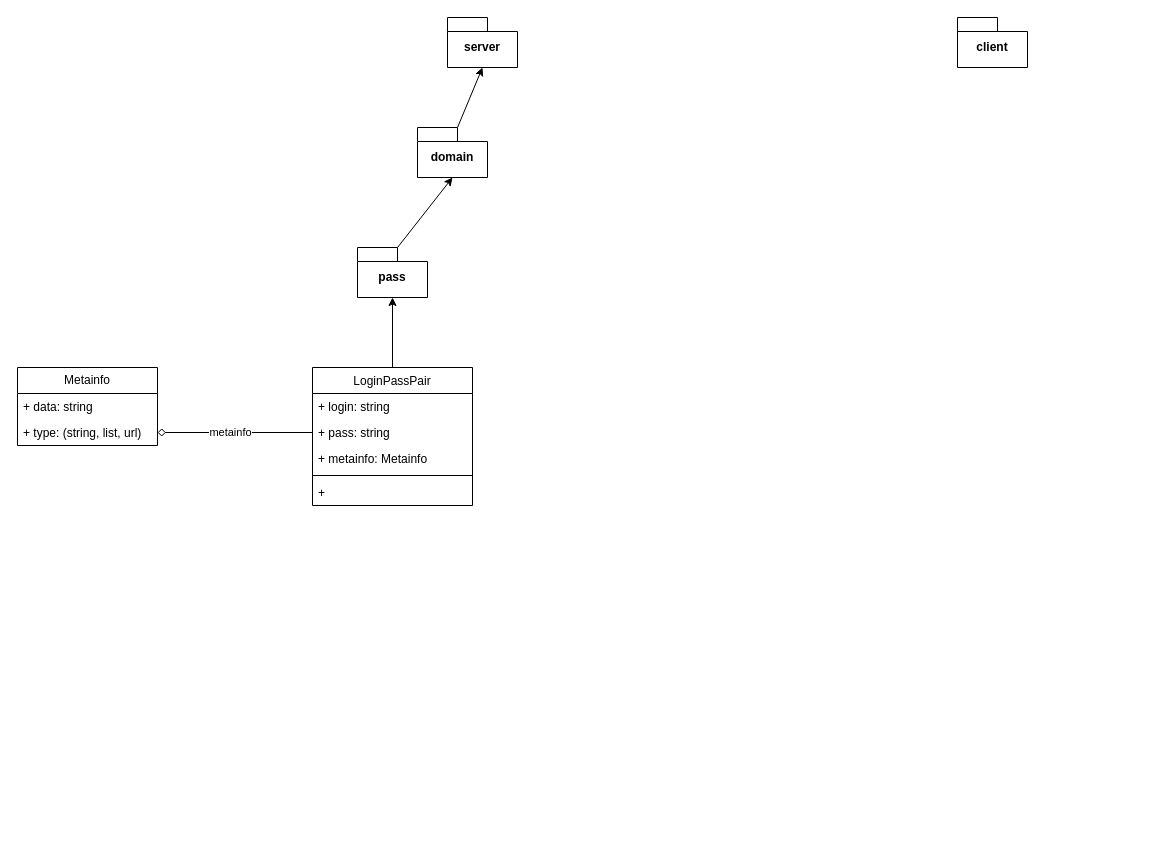
ilya372317/keeper-pass keeps this draw.io diagram as page "domain" (2 of 2) of drawio/kanban.drawio. Above is the earlier version. Source tidied: cells renumbered, new cells numbered last; positions are measured from the earlier drawing's top-left corner, leaving out a move shared by most shapes. Both pictures are drawn from the tidied source at 100%, with x=0, y=0 at pixel (17, 17).
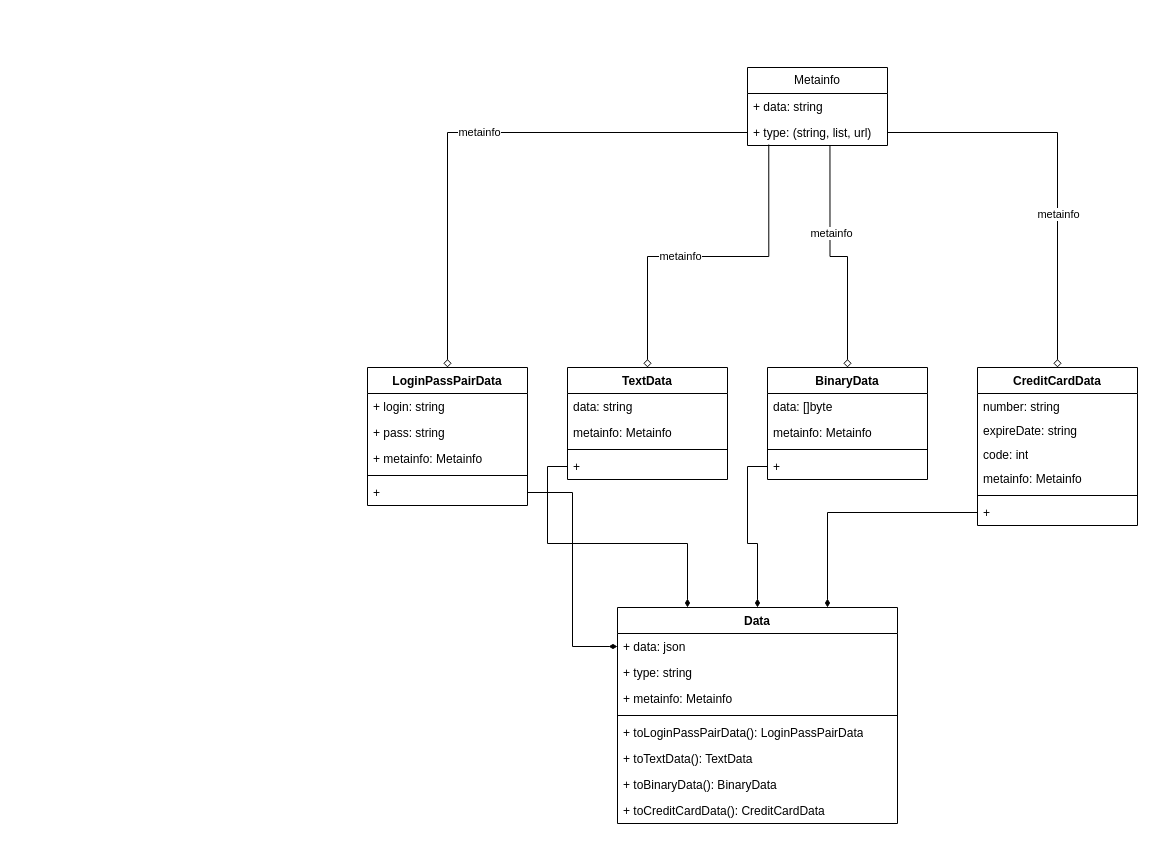
After the change.

Commit message:
data diagram

The change refers to these unchanged cells:
```xml
<mxCell id="11" value="+ type: (string, list, url)" style="text;strokeColor=none;fillColor=none;align=left;verticalAlign=top;spacingLeft=4;spacingRight=4;overflow=hidden;points=[[0,0.5],[1,0.5]];portConstraint=eastwest;whiteSpace=wrap;html=1;" parent="9" vertex="1">
  <mxGeometry y="52" width="140" height="26" as="geometry" />
</mxCell>
<mxCell id="16" value="+ pass: string" style="text;strokeColor=none;fillColor=none;align=left;verticalAlign=top;spacingLeft=4;spacingRight=4;overflow=hidden;points=[[0,0.5],[1,0.5]];portConstraint=eastwest;whiteSpace=wrap;html=1;" parent="14" vertex="1">
  <mxGeometry y="52" width="160" height="26" as="geometry" />
</mxCell>
<mxCell id="19" value="+&amp;nbsp;" style="text;strokeColor=none;fillColor=none;align=left;verticalAlign=top;spacingLeft=4;spacingRight=4;overflow=hidden;points=[[0,0.5],[1,0.5]];portConstraint=eastwest;whiteSpace=wrap;html=1;" parent="14" vertex="1">
  <mxGeometry y="112" width="160" height="26" as="geometry" />
</mxCell>
```

Diff of the diagram source:
```diff
@@
-    <mxCell id="2" value="server" style="shape=folder;fontStyle=1;spacingTop=10;tabWidth=40;tabHeight=14;tabPosition=left;html=1;whiteSpace=wrap;" parent="1" vertex="1">
-      <mxGeometry x="430" width="70" height="50" as="geometry" />
-    </mxCell>
-    <mxCell id="3" value="client" style="shape=folder;fontStyle=1;spacingTop=10;tabWidth=40;tabHeight=14;tabPosition=left;html=1;whiteSpace=wrap;" parent="1" vertex="1">
-      <mxGeometry x="940" width="70" height="50" as="geometry" />
-    </mxCell>
-    <mxCell id="4" value="domain" style="shape=folder;fontStyle=1;spacingTop=10;tabWidth=40;tabHeight=14;tabPosition=left;html=1;whiteSpace=wrap;" parent="1" vertex="1">
-      <mxGeometry x="400" y="110" width="70" height="50" as="geometry" />
-    </mxCell>
-    <mxCell id="5" style="rounded=0;jettySize=auto;html=1;exitX=0;exitY=0;exitDx=40;exitDy=0;exitPerimeter=0;entryX=0.5;entryY=1;entryDx=0;entryDy=0;entryPerimeter=0;endArrow=classic;endFill=1;" parent="1" edge="1" source="4" target="2">
-      <mxGeometry relative="1" as="geometry" />
-    </mxCell>
-    <mxCell id="6" value="pass" style="shape=folder;fontStyle=1;spacingTop=10;tabWidth=40;tabHeight=14;tabPosition=left;html=1;whiteSpace=wrap;" parent="1" vertex="1">
-      <mxGeometry x="340" y="230" width="70" height="50" as="geometry" />
-    </mxCell>
-    <mxCell id="7" style="rounded=0;jettySize=auto;html=1;exitX=0;exitY=0;exitDx=40;exitDy=0;exitPerimeter=0;entryX=0.5;entryY=1;entryDx=0;entryDy=0;entryPerimeter=0;" parent="1" edge="1" source="6" target="4">
-      <mxGeometry relative="1" as="geometry" />
-    </mxCell>
-    <mxCell id="8" style="rounded=0;jettySize=auto;html=1;exitX=0.5;exitY=0;exitDx=0;exitDy=0;entryX=0.5;entryY=1;entryDx=0;entryDy=0;entryPerimeter=0;" parent="1" edge="1" source="14" target="6">
-      <mxGeometry relative="1" as="geometry" />
-    </mxCell>
+    <mxCell id="20" style="edgeStyle=orthogonalEdgeStyle;rounded=0;jettySize=auto;html=1;exitX=0.152;exitY=0.964;exitDx=0;exitDy=0;exitPerimeter=0;endArrow=diamond;endFill=0;" parent="1" edge="1" source="11" target="25">
+      <mxGeometry relative="1" as="geometry" />
+    </mxCell>
+    <mxCell id="21" value="metainfo" style="edgeLabel;html=1;align=center;verticalAlign=middle;" parent="20" vertex="1">
+      <mxGeometry x="0.17" y="-1" relative="1" as="geometry" />
+    </mxCell>
+    <mxCell id="22" style="edgeStyle=orthogonalEdgeStyle;rounded=0;jettySize=auto;html=1;entryX=0.5;entryY=0;entryDx=0;entryDy=0;exitX=0.589;exitY=1.009;exitDx=0;exitDy=0;exitPerimeter=0;endArrow=diamond;endFill=0;" parent="1" edge="1" source="11" target="30">
+      <mxGeometry relative="1" as="geometry" />
+    </mxCell>
+    <mxCell id="23" value="metainfo" style="edgeLabel;html=1;align=center;verticalAlign=middle;" parent="22" vertex="1">
+      <mxGeometry x="-0.27" y="1" relative="1" as="geometry" />
+    </mxCell>
     <mxCell id="9" value="Metainfo" style="swimlane;fontStyle=0;horizontal=1;startSize=26;fillColor=none;whiteSpace=wrap;html=1;" parent="1" vertex="1">
-      <mxGeometry y="350" width="140" height="78" as="geometry" />
+      <mxGeometry x="730" y="50" width="140" height="78" as="geometry" />
     </mxCell>
@@
-    <mxCell id="12" style="edgeStyle=orthogonalEdgeStyle;rounded=0;jettySize=auto;html=1;exitX=0;exitY=0.5;exitDx=0;exitDy=0;entryX=1;entryY=0.5;entryDx=0;entryDy=0;endArrow=diamond;endFill=0;" parent="1" edge="1" source="16" target="11">
-      <mxGeometry relative="1" as="geometry" />
-    </mxCell>
-    <mxCell id="13" value="metainfo" style="edgeLabel;html=1;align=center;verticalAlign=middle;" parent="12" vertex="1">
-      <mxGeometry x="0.07" y="-1" relative="1" as="geometry" />
-    </mxCell>
-    <mxCell id="14" value="&lt;span style=&quot;font-weight: 400;&quot;&gt;LoginPassPair&lt;/span&gt;" style="swimlane;fontStyle=1;align=center;verticalAlign=top;horizontal=1;startSize=26;whiteSpace=wrap;html=1;" parent="1" vertex="1">
-      <mxGeometry x="295" y="350" width="160" height="138" as="geometry" />
+    <mxCell id="14" value="LoginPassPairData" style="swimlane;fontStyle=1;align=center;verticalAlign=top;horizontal=1;startSize=26;whiteSpace=wrap;html=1;" parent="1" vertex="1">
+      <mxGeometry x="350" y="350" width="160" height="138" as="geometry" />
     </mxCell>
@@
+    <mxCell id="24" value="metainfo" style="edgeStyle=orthogonalEdgeStyle;rounded=0;jettySize=auto;html=1;exitX=0;exitY=0.5;exitDx=0;exitDy=0;entryX=0.5;entryY=0;entryDx=0;entryDy=0;endArrow=diamond;endFill=0;" parent="1" edge="1" source="11" target="14">
+      <mxGeometry relative="1" as="geometry" />
+    </mxCell>
+    <mxCell id="25" value="TextData" style="swimlane;fontStyle=1;align=center;verticalAlign=top;horizontal=1;startSize=26;whiteSpace=wrap;html=1;" parent="1" vertex="1">
+      <mxGeometry x="550" y="350" width="160" height="112" as="geometry" />
+    </mxCell>
+    <mxCell id="26" value="data: string" style="text;strokeColor=none;fillColor=none;align=left;verticalAlign=top;spacingLeft=4;spacingRight=4;overflow=hidden;whiteSpace=wrap;html=1;" parent="25" vertex="1">
+      <mxGeometry y="26" width="160" height="26" as="geometry" />
+    </mxCell>
+    <mxCell id="27" value="metainfo: Metainfo" style="text;strokeColor=none;fillColor=none;align=left;verticalAlign=top;spacingLeft=4;spacingRight=4;overflow=hidden;whiteSpace=wrap;html=1;" parent="25" vertex="1">
+      <mxGeometry y="52" width="160" height="26" as="geometry" />
+    </mxCell>
+    <mxCell id="28" style="line;strokeWidth=1;fillColor=none;align=left;verticalAlign=middle;spacingTop=-1;spacingLeft=3;spacingRight=3;labelPosition=right;strokeColor=inherit;" parent="25" vertex="1">
+      <mxGeometry y="78" width="160" height="8" as="geometry" />
+    </mxCell>
+    <mxCell id="29" value="+" style="text;strokeColor=none;fillColor=none;align=left;verticalAlign=top;spacingLeft=4;spacingRight=4;overflow=hidden;points=[[0,0.5],[1,0.5]];portConstraint=eastwest;whiteSpace=wrap;html=1;" parent="25" vertex="1">
+      <mxGeometry y="86" width="160" height="26" as="geometry" />
+    </mxCell>
+    <mxCell id="30" value="BinaryData" style="swimlane;fontStyle=1;align=center;verticalAlign=top;horizontal=1;startSize=26;whiteSpace=wrap;html=1;" parent="1" vertex="1">
+      <mxGeometry x="750" y="350" width="160" height="112" as="geometry" />
+    </mxCell>
+    <mxCell id="31" value="data: []byte" style="text;strokeColor=none;fillColor=none;align=left;verticalAlign=top;spacingLeft=4;spacingRight=4;overflow=hidden;whiteSpace=wrap;html=1;" parent="30" vertex="1">
+      <mxGeometry y="26" width="160" height="26" as="geometry" />
+    </mxCell>
+    <mxCell id="32" value="metainfo: Metainfo" style="text;strokeColor=none;fillColor=none;align=left;verticalAlign=top;spacingLeft=4;spacingRight=4;overflow=hidden;whiteSpace=wrap;html=1;" parent="30" vertex="1">
+      <mxGeometry y="52" width="160" height="26" as="geometry" />
+    </mxCell>
+    <mxCell id="33" style="line;strokeWidth=1;fillColor=none;align=left;verticalAlign=middle;spacingTop=-1;spacingLeft=3;spacingRight=3;labelPosition=right;strokeColor=inherit;" parent="30" vertex="1">
+      <mxGeometry y="78" width="160" height="8" as="geometry" />
+    </mxCell>
+    <mxCell id="34" value="+" style="text;strokeColor=none;fillColor=none;align=left;verticalAlign=top;spacingLeft=4;spacingRight=4;overflow=hidden;points=[[0,0.5],[1,0.5]];portConstraint=eastwest;whiteSpace=wrap;html=1;" parent="30" vertex="1">
+      <mxGeometry y="86" width="160" height="26" as="geometry" />
+    </mxCell>
+    <mxCell id="35" value="CreditCardData" style="swimlane;fontStyle=1;align=center;verticalAlign=top;horizontal=1;startSize=26;whiteSpace=wrap;html=1;" parent="1" vertex="1">
+      <mxGeometry x="960" y="350" width="160" height="158" as="geometry" />
+    </mxCell>
+    <mxCell id="36" value="number: string" style="text;strokeColor=none;fillColor=none;align=left;verticalAlign=top;spacingLeft=4;spacingRight=4;overflow=hidden;whiteSpace=wrap;html=1;" parent="35" vertex="1">
+      <mxGeometry y="26" width="160" height="24" as="geometry" />
+    </mxCell>
+    <mxCell id="37" value="expireDate: string" style="text;strokeColor=none;fillColor=none;align=left;verticalAlign=top;spacingLeft=4;spacingRight=4;overflow=hidden;whiteSpace=wrap;html=1;" parent="35" vertex="1">
+      <mxGeometry y="50" width="160" height="24" as="geometry" />
+    </mxCell>
+    <mxCell id="38" value="code: int" style="text;strokeColor=none;fillColor=none;align=left;verticalAlign=top;spacingLeft=4;spacingRight=4;overflow=hidden;whiteSpace=wrap;html=1;" parent="35" vertex="1">
+      <mxGeometry y="74" width="160" height="24" as="geometry" />
+    </mxCell>
+    <mxCell id="39" value="metainfo: Metainfo" style="text;strokeColor=none;fillColor=none;align=left;verticalAlign=top;spacingLeft=4;spacingRight=4;overflow=hidden;whiteSpace=wrap;html=1;" parent="35" vertex="1">
+      <mxGeometry y="98" width="160" height="26" as="geometry" />
+    </mxCell>
+    <mxCell id="40" style="line;strokeWidth=1;fillColor=none;align=left;verticalAlign=middle;spacingTop=-1;spacingLeft=3;spacingRight=3;labelPosition=right;strokeColor=inherit;" parent="35" vertex="1">
+      <mxGeometry y="124" width="160" height="8" as="geometry" />
+    </mxCell>
+    <mxCell id="41" value="+" style="text;strokeColor=none;fillColor=none;align=left;verticalAlign=top;spacingLeft=4;spacingRight=4;overflow=hidden;points=[[0,0.5],[1,0.5]];portConstraint=eastwest;whiteSpace=wrap;html=1;" parent="35" vertex="1">
+      <mxGeometry y="132" width="160" height="26" as="geometry" />
+    </mxCell>
+    <mxCell id="42" style="edgeStyle=orthogonalEdgeStyle;rounded=0;jettySize=auto;html=1;exitX=1;exitY=0.5;exitDx=0;exitDy=0;entryX=0.5;entryY=0;entryDx=0;entryDy=0;endArrow=diamond;endFill=0;" parent="1" edge="1" source="11" target="35">
+      <mxGeometry relative="1" as="geometry" />
+    </mxCell>
+    <mxCell id="43" value="metainfo" style="edgeLabel;html=1;align=center;verticalAlign=middle;" parent="42" vertex="1">
+      <mxGeometry x="0.24" relative="1" as="geometry" />
+    </mxCell>
+    <mxCell id="44" value="Data" style="swimlane;fontStyle=1;align=center;verticalAlign=top;horizontal=1;startSize=26;whiteSpace=wrap;html=1;" parent="1" vertex="1">
+      <mxGeometry x="600" y="590" width="280" height="216" as="geometry" />
+    </mxCell>
+    <mxCell id="45" value="+ data: json" style="text;strokeColor=none;fillColor=none;align=left;verticalAlign=top;spacingLeft=4;spacingRight=4;overflow=hidden;points=[[0,0.5],[1,0.5]];portConstraint=eastwest;whiteSpace=wrap;html=1;" parent="44" vertex="1">
+      <mxGeometry y="26" width="280" height="26" as="geometry" />
+    </mxCell>
+    <mxCell id="46" value="+ type: string" style="text;strokeColor=none;fillColor=none;align=left;verticalAlign=top;spacingLeft=4;spacingRight=4;overflow=hidden;whiteSpace=wrap;html=1;" parent="44" vertex="1">
+      <mxGeometry y="52" width="280" height="26" as="geometry" />
+    </mxCell>
+    <mxCell id="47" value="+ metainfo: Metainfo" style="text;strokeColor=none;fillColor=none;align=left;verticalAlign=top;spacingLeft=4;spacingRight=4;overflow=hidden;whiteSpace=wrap;html=1;" parent="44" vertex="1">
+      <mxGeometry y="78" width="280" height="26" as="geometry" />
+    </mxCell>
+    <mxCell id="48" style="line;strokeWidth=1;fillColor=none;align=left;verticalAlign=middle;spacingTop=-1;spacingLeft=3;spacingRight=3;labelPosition=right;strokeColor=inherit;" parent="44" vertex="1">
+      <mxGeometry y="104" width="280" height="8" as="geometry" />
+    </mxCell>
+    <mxCell id="49" value="+ toLoginPassPairData(): LoginPassPairData" style="text;strokeColor=none;fillColor=none;align=left;verticalAlign=top;spacingLeft=4;spacingRight=4;overflow=hidden;whiteSpace=wrap;html=1;" parent="44" vertex="1">
+      <mxGeometry y="112" width="280" height="26" as="geometry" />
+    </mxCell>
+    <mxCell id="50" value="+ toTextData(): TextData" style="text;strokeColor=none;fillColor=none;align=left;verticalAlign=top;spacingLeft=4;spacingRight=4;overflow=hidden;whiteSpace=wrap;html=1;" parent="44" vertex="1">
+      <mxGeometry y="138" width="280" height="26" as="geometry" />
+    </mxCell>
+    <mxCell id="51" value="+ toBinaryData(): BinaryData" style="text;strokeColor=none;fillColor=none;align=left;verticalAlign=top;spacingLeft=4;spacingRight=4;overflow=hidden;whiteSpace=wrap;html=1;" parent="44" vertex="1">
+      <mxGeometry y="164" width="280" height="26" as="geometry" />
+    </mxCell>
+    <mxCell id="52" value="+ toCreditCardData(): CreditCardData" style="text;strokeColor=none;fillColor=none;align=left;verticalAlign=top;spacingLeft=4;spacingRight=4;overflow=hidden;whiteSpace=wrap;html=1;" parent="44" vertex="1">
+      <mxGeometry y="190" width="280" height="26" as="geometry" />
+    </mxCell>
+    <mxCell id="53" style="edgeStyle=orthogonalEdgeStyle;rounded=0;jettySize=auto;html=1;exitX=1;exitY=0.5;exitDx=0;exitDy=0;entryX=0;entryY=0.5;entryDx=0;entryDy=0;endArrow=diamondThin;endFill=1;" parent="1" edge="1" source="19" target="45">
+      <mxGeometry relative="1" as="geometry" />
+    </mxCell>
+    <mxCell id="54" style="edgeStyle=orthogonalEdgeStyle;rounded=0;jettySize=auto;html=1;exitX=0;exitY=0.5;exitDx=0;exitDy=0;entryX=0.25;entryY=0;entryDx=0;entryDy=0;endArrow=diamondThin;endFill=1;" parent="1" edge="1" source="29" target="44">
+      <mxGeometry relative="1" as="geometry" />
+    </mxCell>
+    <mxCell id="55" style="edgeStyle=orthogonalEdgeStyle;rounded=0;jettySize=auto;html=1;exitX=0;exitY=0.5;exitDx=0;exitDy=0;entryX=0.5;entryY=0;entryDx=0;entryDy=0;endArrow=diamondThin;endFill=1;" parent="1" edge="1" source="34" target="44">
+      <mxGeometry relative="1" as="geometry" />
+    </mxCell>
+    <mxCell id="56" style="edgeStyle=orthogonalEdgeStyle;rounded=0;jettySize=auto;html=1;exitX=0;exitY=0.5;exitDx=0;exitDy=0;entryX=0.75;entryY=0;entryDx=0;entryDy=0;endArrow=diamondThin;endFill=1;" parent="1" edge="1" source="41" target="44">
+      <mxGeometry relative="1" as="geometry" />
+    </mxCell>
```
